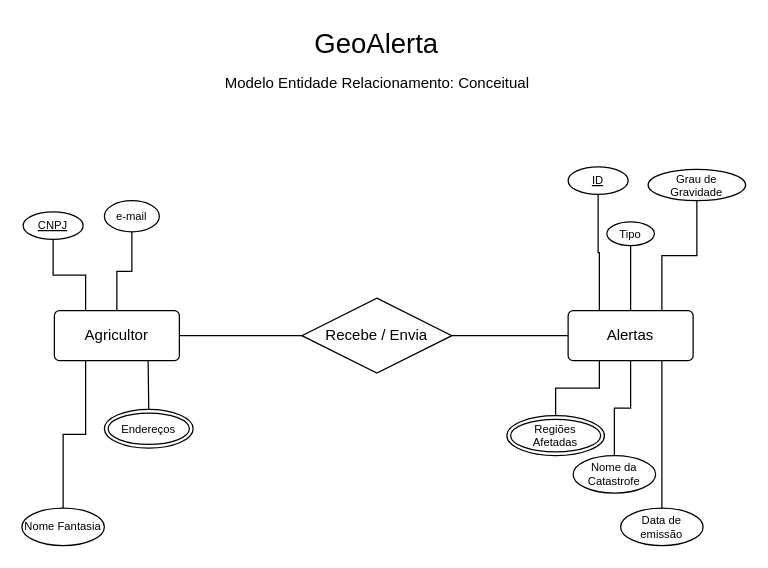
The draw.io diagram page "ER Conceitual" (1 of 3) of banco-de-dados/Diagrama-ER.drawio in Code-Masters-F/GeoAlerta, before the edit. Source tidied: cells renumbered, new cells numbered last; positions are measured from the earlier drawing's top-left corner, leaving out a move shared by most shapes. Both pictures are drawn from the tidied source at 125%, with x=0, y=0 at pixel (21, 21).
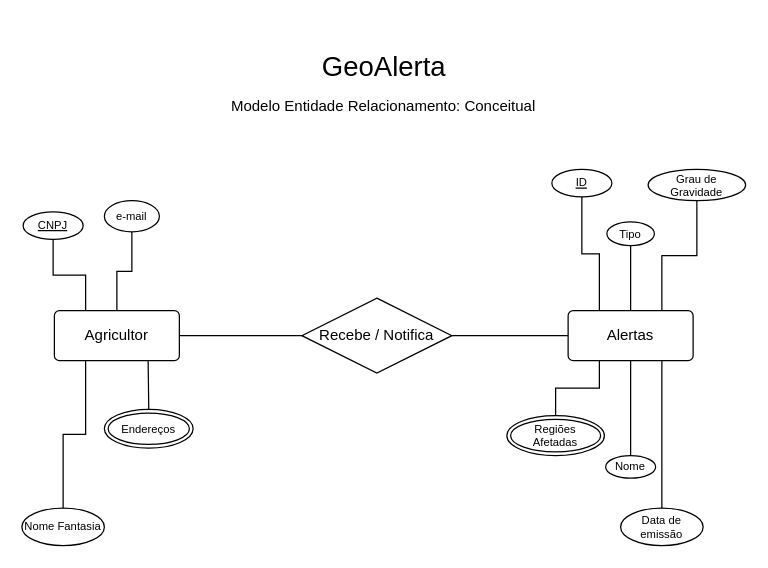
The same page after the edit.

Diff of the diagram source:
```diff
@@
-    <mxCell id="11" value="Recebe / Envia" style="shape=rhombus;perimeter=rhombusPerimeter;whiteSpace=wrap;html=1;align=center;" parent="1" vertex="1">
+    <mxCell id="11" value="Recebe / Notifica" style="shape=rhombus;perimeter=rhombusPerimeter;whiteSpace=wrap;html=1;align=center;" parent="1" vertex="1">
       <mxGeometry x="224" y="221" width="120" height="60" as="geometry" />
     </mxCell>
@@
     <mxCell id="16" value="GeoAlerta" style="text;html=1;whiteSpace=wrap;strokeColor=none;fillColor=none;align=center;verticalAlign=middle;rounded=0;fontSize=22;" parent="1" vertex="1">
-      <mxGeometry x="231" width="106" height="36" as="geometry" />
+      <mxGeometry x="236.5" y="19" width="106" height="36" as="geometry" />
     </mxCell>
     <mxCell id="17" value="Modelo Entidade Relacionamento: Conceitual" style="text;html=1;whiteSpace=wrap;strokeColor=none;fillColor=none;align=center;verticalAlign=middle;rounded=0;" parent="1" vertex="1">
-      <mxGeometry x="156.5" y="36" width="255" height="26" as="geometry" />
+      <mxGeometry x="162" y="55" width="255" height="26" as="geometry" />
     </mxCell>
@@
     <mxCell id="19" value="ID" style="ellipse;whiteSpace=wrap;html=1;align=center;fontStyle=4;fontSize=9;" parent="1" vertex="1">
-      <mxGeometry x="437" y="116" width="48" height="22" as="geometry" />
+      <mxGeometry x="424" y="118" width="48" height="22" as="geometry" />
     </mxCell>
@@
-    <mxCell id="21" value="Nome da Catastrofe" style="ellipse;whiteSpace=wrap;html=1;align=center;fontSize=9;" parent="1" vertex="1">
-      <mxGeometry x="441" y="347" width="66" height="30" as="geometry" />
+    <mxCell id="21" value="Nome" style="ellipse;whiteSpace=wrap;html=1;align=center;fontSize=9;" parent="1" vertex="1">
+      <mxGeometry x="467" y="347" width="40" height="18" as="geometry" />
     </mxCell>
```
